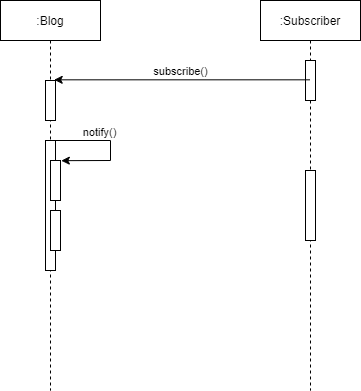
This is Design Patterns/Behavioral/Observer/Observer Pattern Sequence Diagram.png from smitbmx/Architecture-Diagrams, a draw.io export, as it was before one commit. Source tidied: cells renumbered, new cells last; positions are measured from the earlier drawing's top-left corner, leaving out a move shared by most shapes. Source of this version:
```xml
<mxGraphModel>
  <root>
    <mxCell id="0" />
    <mxCell id="1" parent="0" />
    <mxCell id="2" value=":Blog" style="shape=umlLifeline;perimeter=lifelinePerimeter;whiteSpace=wrap;html=1;" parent="1" vertex="1">
      <mxGeometry width="100" height="390" as="geometry" />
    </mxCell>
    <mxCell id="3" value=":Subscriber" style="shape=umlLifeline;perimeter=lifelinePerimeter;whiteSpace=wrap;html=1;outlineConnect=0;" parent="1" vertex="1">
      <mxGeometry x="260" width="100" height="390" as="geometry" />
    </mxCell>
    <mxCell id="4" style="html=1;points=[];perimeter=orthogonalPerimeter;" parent="1" vertex="1">
      <mxGeometry x="45" y="80" width="10" height="40" as="geometry" />
    </mxCell>
    <mxCell id="5" style="html=1;perimeter=orthogonalPerimeter;" parent="1" vertex="1">
      <mxGeometry x="305" y="60" width="10" height="40" as="geometry" />
    </mxCell>
    <mxCell id="6" style="endArrow=classic;html=1;entryX=0.867;entryY=-0.017;entryDx=0;entryDy=0;entryPerimeter=0;" parent="1" edge="1" source="3" target="4">
      <mxGeometry relative="1" as="geometry" />
    </mxCell>
    <mxCell id="7" value="subscribe()" style="edgeLabel;html=1;align=center;verticalAlign=middle;" parent="6" vertex="1">
      <mxGeometry x="0.2" relative="1" as="geometry">
        <mxPoint x="24" y="-9" as="offset" />
      </mxGeometry>
    </mxCell>
    <mxCell id="8" style="html=1;perimeter=orthogonalPerimeter;" parent="1" vertex="1">
      <mxGeometry x="45" y="140" width="10" height="130" as="geometry" />
    </mxCell>
    <mxCell id="9" style="html=1;points=[];perimeter=orthogonalPerimeter;" parent="1" vertex="1">
      <mxGeometry x="50" y="160" width="10" height="40" as="geometry" />
    </mxCell>
    <mxCell id="10" style="html=1;points=[];perimeter=orthogonalPerimeter;" parent="1" vertex="1">
      <mxGeometry x="50" y="210" width="10" height="40" as="geometry" />
    </mxCell>
    <mxCell id="11" style="html=1;points=[];perimeter=orthogonalPerimeter;" parent="1" vertex="1">
      <mxGeometry x="305" y="170" width="10" height="70" as="geometry" />
    </mxCell>
    <mxCell id="12" style="endArrow=classic;html=1;entryX=1.08;entryY=0.004;entryDx=0;entryDy=0;entryPerimeter=0;rounded=0;" parent="1" edge="1" target="9">
      <mxGeometry relative="1" as="geometry">
        <mxPoint x="55" y="140" as="sourcePoint" />
        <Array as="points">
          <mxPoint x="110" y="140" />
          <mxPoint x="110" y="160" />
        </Array>
      </mxGeometry>
    </mxCell>
    <mxCell id="13" value="notify()" style="edgeLabel;html=1;align=center;verticalAlign=middle;" parent="12" vertex="1">
      <mxGeometry x="-0.36" relative="1" as="geometry">
        <mxPoint x="4" y="-8" as="offset" />
      </mxGeometry>
    </mxCell>
  </root>
</mxGraphModel>
```
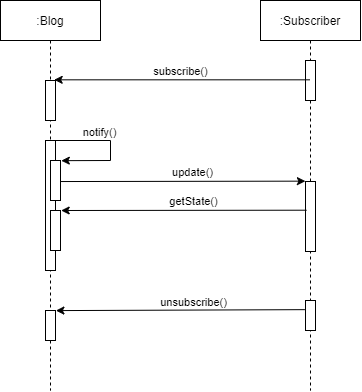
After the change.

What changed in the source:
```diff
@@ -8,6 +8,9 @@
     <mxCell id="3" value=":Subscriber" style="shape=umlLifeline;perimeter=lifelinePerimeter;whiteSpace=wrap;html=1;outlineConnect=0;" parent="1" vertex="1">
       <mxGeometry x="260" width="100" height="390" as="geometry" />
     </mxCell>
+    <mxCell id="14" style="html=1;points=[];perimeter=orthogonalPerimeter;" parent="3" vertex="1">
+      <mxGeometry x="45" y="300" width="10" height="30" as="geometry" />
+    </mxCell>
     <mxCell id="4" style="html=1;points=[];perimeter=orthogonalPerimeter;" parent="1" vertex="1">
       <mxGeometry x="45" y="80" width="10" height="40" as="geometry" />
     </mxCell>
@@ -32,7 +35,7 @@
       <mxGeometry x="50" y="210" width="10" height="40" as="geometry" />
     </mxCell>
     <mxCell id="11" style="html=1;points=[];perimeter=orthogonalPerimeter;" parent="1" vertex="1">
-      <mxGeometry x="305" y="170" width="10" height="70" as="geometry" />
+      <mxGeometry x="305" y="181" width="10" height="70" as="geometry" />
     </mxCell>
     <mxCell id="12" style="endArrow=classic;html=1;entryX=1.08;entryY=0.004;entryDx=0;entryDy=0;entryPerimeter=0;rounded=0;" parent="1" edge="1" target="9">
       <mxGeometry relative="1" as="geometry">
@@ -48,5 +51,32 @@
         <mxPoint x="4" y="-8" as="offset" />
       </mxGeometry>
     </mxCell>
+    <mxCell id="15" style="endArrow=classic;html=1;exitX=0.967;exitY=0.526;exitDx=0;exitDy=0;exitPerimeter=0;entryX=-0.01;entryY=-0.005;entryDx=0;entryDy=0;entryPerimeter=0;" parent="1" edge="1" source="9" target="11">
+      <mxGeometry relative="1" as="geometry" />
+    </mxCell>
+    <mxCell id="16" value="update()" style="edgeLabel;html=1;align=center;verticalAlign=middle;" parent="15" vertex="1">
+      <mxGeometry x="0.08" relative="1" as="geometry">
+        <mxPoint y="-9" as="offset" />
+      </mxGeometry>
+    </mxCell>
+    <mxCell id="17" style="endArrow=classic;html=1;entryX=1.067;entryY=0;entryDx=0;entryDy=0;entryPerimeter=0;exitX=0.1;exitY=0.41;exitDx=0;exitDy=0;exitPerimeter=0;" parent="1" edge="1" source="11" target="10">
+      <mxGeometry relative="1" as="geometry" />
+    </mxCell>
+    <mxCell id="18" value="getState()" style="edgeLabel;html=1;align=center;verticalAlign=middle;" parent="17" vertex="1">
+      <mxGeometry x="-0.07" y="1" relative="1" as="geometry">
+        <mxPoint y="-10" as="offset" />
+      </mxGeometry>
+    </mxCell>
+    <mxCell id="19" style="html=1;points=[];perimeter=orthogonalPerimeter;" parent="1" vertex="1">
+      <mxGeometry x="45" y="310" width="10" height="30" as="geometry" />
+    </mxCell>
+    <mxCell id="20" style="endArrow=classic;html=1;entryX=1.038;entryY=0.003;entryDx=0;entryDy=0;entryPerimeter=0;exitX=-0.057;exitY=0.305;exitDx=0;exitDy=0;exitPerimeter=0;" parent="1" edge="1" source="14" target="19">
+      <mxGeometry relative="1" as="geometry" />
+    </mxCell>
+    <mxCell id="21" value="unsubscribe()" style="edgeLabel;html=1;align=center;verticalAlign=middle;" parent="20" vertex="1">
+      <mxGeometry x="-0.11" relative="1" as="geometry">
+        <mxPoint y="-8" as="offset" />
+      </mxGeometry>
+    </mxCell>
   </root>
 </mxGraphModel>
```
